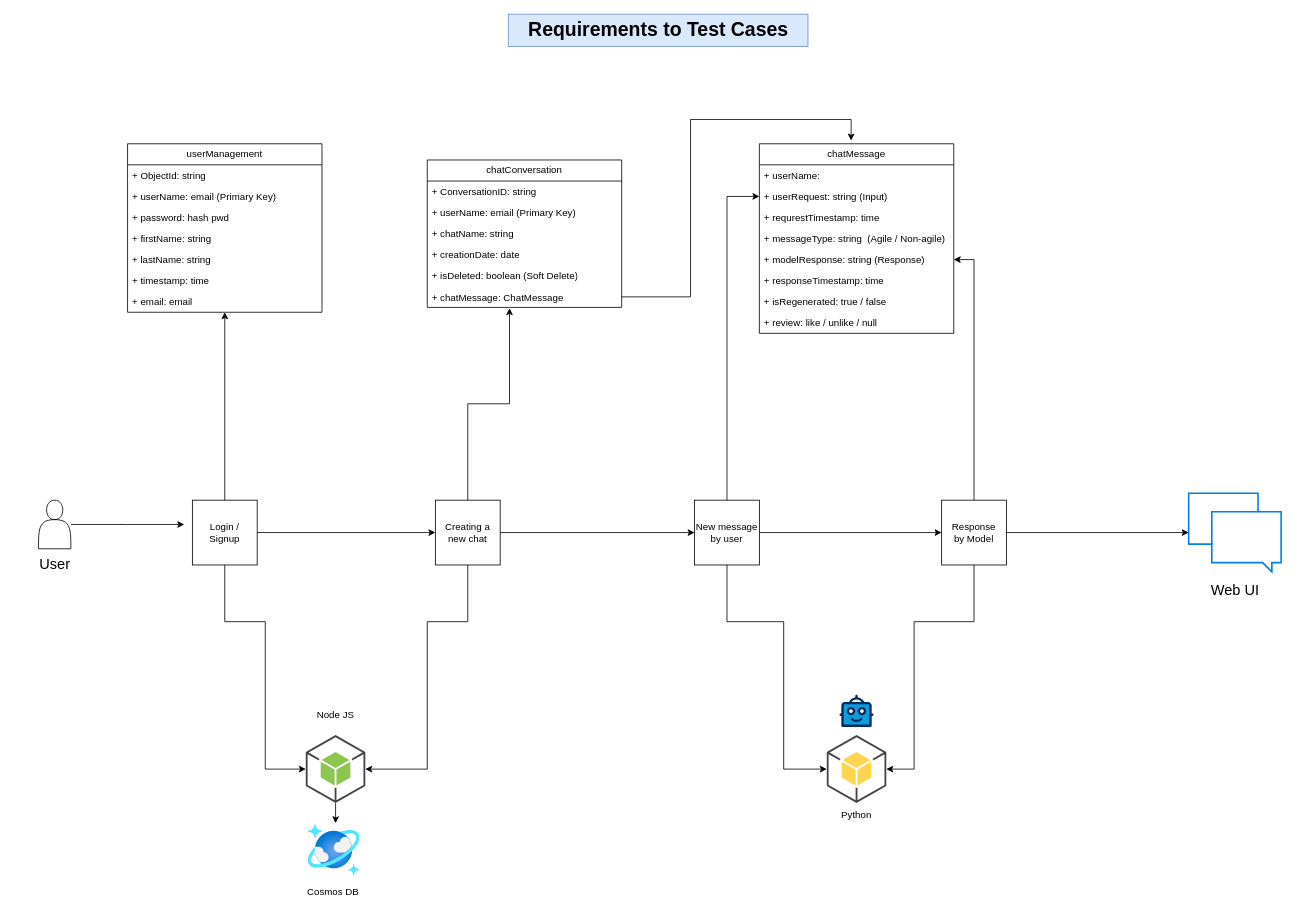
MaranRider/diagram keeps this draw.io diagram as page "Copy of Chat History" (2 of 2) of xbot.drawio. Above is the earlier version. Source tidied: cells renumbered, new cells numbered last; positions are measured from the earlier drawing's top-left corner, leaving out a move shared by most shapes. Both pictures are drawn from the tidied source at 81%, with x=0, y=0 at pixel (14, 14).
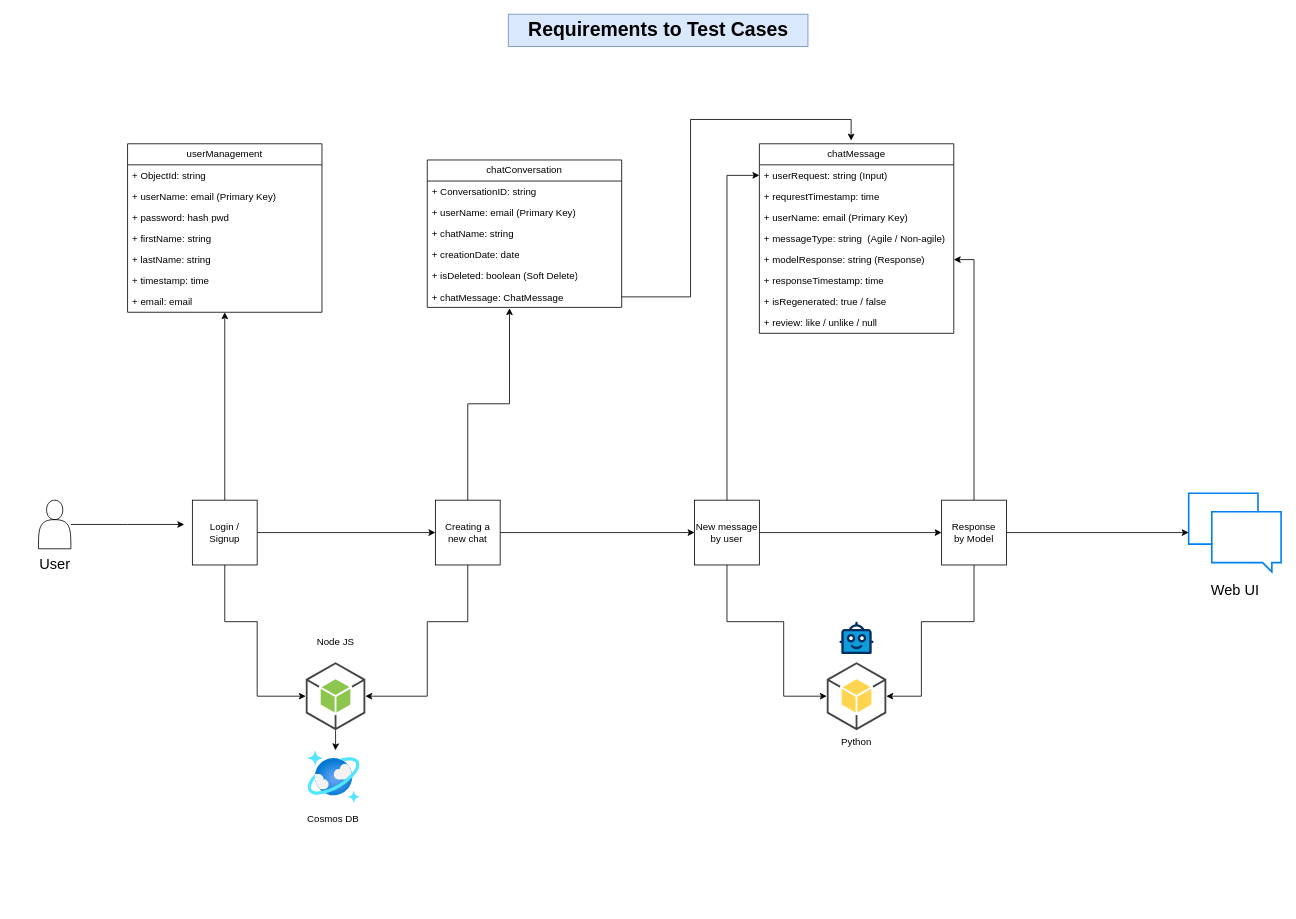
Above is the later version.

The change refers to these unchanged cells:
```xml
<mxCell id="24" value="Login / &lt;br&gt;Signup" style="whiteSpace=wrap;html=1;swimlaneLine=1;" parent="1" vertex="1">
  <mxGeometry x="220" y="600" width="80" height="80" as="geometry" />
</mxCell>
<mxCell id="27" value="Creating a new chat" style="whiteSpace=wrap;html=1;swimlaneLine=1;" parent="1" vertex="1">
  <mxGeometry x="520" y="600" width="80" height="80" as="geometry" />
</mxCell>
<mxCell id="29" value="New message&lt;br&gt;by user" style="whiteSpace=wrap;html=1;swimlaneLine=1;" parent="1" vertex="1">
  <mxGeometry x="840" y="600" width="80" height="80" as="geometry" />
</mxCell>
<mxCell id="33" value="Response&lt;br&gt;by Model" style="whiteSpace=wrap;html=1;swimlaneLine=1;" parent="1" vertex="1">
  <mxGeometry x="1145" y="600" width="80" height="80" as="geometry" />
</mxCell>
<mxCell id="37" value="chatMessage" style="swimlane;fontStyle=0;horizontal=1;startSize=26;fillColor=none;whiteSpace=wrap;html=1;swimlaneLine=1;" parent="1" vertex="1">
  <mxGeometry x="920" y="160" width="240" height="234" as="geometry" />
</mxCell>
```

Change to the diagram source:
```diff
@@
     <mxCell id="31" style="edgeStyle=orthogonalEdgeStyle;rounded=0;hachureGap=4;jettySize=auto;html=1;fontFamily=Architects Daughter;fontSize=16;entryX=1;entryY=0.5;entryDx=0;entryDy=0;entryPerimeter=0;" parent="1" edge="1" source="33" target="47">
       <mxGeometry relative="1" as="geometry">
         <Array as="points">
           <mxPoint x="1185" y="750" />
-          <mxPoint x="1111" y="750" />
-          <mxPoint x="1111" y="932" />
+          <mxPoint x="1120" y="750" />
+          <mxPoint x="1120" y="842" />
         </Array>
       </mxGeometry>
     </mxCell>
@@
     <mxCell id="36" style="verticalLabelPosition=bottom;html=1;shape=mxgraph.salesforce.bots;fillColor=#f5f5f5;strokeColor=#666666;fontColor=#333333;swimlaneLine=1;" parent="1" vertex="1">
-      <mxGeometry x="1018.9" y="840" width="42.1" height="40" as="geometry" />
+      <mxGeometry x="1018.9" y="750" width="42.1" height="40" as="geometry" />
     </mxCell>
@@
-    <mxCell id="38" value="+ userName:&amp;nbsp;" style="text;strokeColor=none;fillColor=none;align=left;verticalAlign=top;spacingLeft=4;spacingRight=4;overflow=hidden;whiteSpace=wrap;html=1;swimlaneLine=1;" parent="37" vertex="1">
-      <mxGeometry y="26" width="240" height="26" as="geometry" />
-    </mxCell>
     <mxCell id="39" value="+&amp;nbsp;userRequest&lt;span style=&quot;background-color: initial;&quot;&gt;: string (Input)&lt;/span&gt;" style="text;strokeColor=none;fillColor=none;align=left;verticalAlign=top;spacingLeft=4;spacingRight=4;overflow=hidden;points=[[0,0.5],[1,0.5]];portConstraint=eastwest;whiteSpace=wrap;html=1;swimlaneLine=1;" parent="37" vertex="1">
-      <mxGeometry y="52" width="240" height="26" as="geometry" />
+      <mxGeometry y="26" width="240" height="26" as="geometry" />
     </mxCell>
     <mxCell id="40" value="+&amp;nbsp;requrestTimestamp&lt;span style=&quot;background-color: initial;&quot;&gt;: time&lt;/span&gt;" style="text;strokeColor=none;fillColor=none;align=left;verticalAlign=top;spacingLeft=4;spacingRight=4;overflow=hidden;whiteSpace=wrap;html=1;swimlaneLine=1;" parent="37" vertex="1">
-      <mxGeometry y="78" width="240" height="26" as="geometry" />
+      <mxGeometry y="52" width="240" height="26" as="geometry" />
     </mxCell>
+    <mxCell id="38" value="+ userName: email&amp;nbsp;(Primary Key)" style="text;strokeColor=none;fillColor=none;align=left;verticalAlign=top;spacingLeft=4;spacingRight=4;overflow=hidden;whiteSpace=wrap;html=1;swimlaneLine=1;" parent="37" vertex="1">
+      <mxGeometry y="78" width="240" height="26" as="geometry" />
+    </mxCell>
@@
     <mxCell id="46" style="outlineConnect=0;dashed=0;verticalLabelPosition=bottom;verticalAlign=top;align=center;html=1;shape=mxgraph.aws3.android;fillColor=#8CC64F;gradientColor=none;" parent="1" vertex="1">
-      <mxGeometry x="360" y="890" width="73.5" height="84" as="geometry" />
+      <mxGeometry x="360" y="800" width="73.5" height="84" as="geometry" />
     </mxCell>
     <mxCell id="47" style="outlineConnect=0;dashed=0;verticalLabelPosition=bottom;verticalAlign=top;align=center;html=1;shape=mxgraph.aws3.android;fillColor=#FFD44F;gradientColor=none;" parent="1" vertex="1">
-      <mxGeometry x="1003.2" y="890" width="73.5" height="84" as="geometry" />
+      <mxGeometry x="1003.2" y="800" width="73.5" height="84" as="geometry" />
     </mxCell>
     <mxCell id="48" value="Node JS" style="text;html=1;strokeColor=none;fillColor=none;align=center;verticalAlign=middle;whiteSpace=wrap;rounded=0;" parent="1" vertex="1">
-      <mxGeometry x="366.8" y="850" width="60" height="30" as="geometry" />
+      <mxGeometry x="366.8" y="760" width="60" height="30" as="geometry" />
     </mxCell>
     <mxCell id="49" value="Python" style="text;html=1;strokeColor=none;fillColor=none;align=center;verticalAlign=middle;whiteSpace=wrap;rounded=0;" parent="1" vertex="1">
-      <mxGeometry x="1010" y="974" width="60" height="30" as="geometry" />
+      <mxGeometry x="1010" y="884" width="60" height="30" as="geometry" />
     </mxCell>
     <mxCell id="50" style="edgeStyle=orthogonalEdgeStyle;rounded=0;jettySize=auto;html=1;entryX=1;entryY=0.5;entryDx=0;entryDy=0;entryPerimeter=0;" parent="1" edge="1" source="27" target="46">
       <mxGeometry relative="1" as="geometry">
         <Array as="points">
           <mxPoint x="560" y="750" />
           <mxPoint x="510" y="750" />
-          <mxPoint x="510" y="932" />
+          <mxPoint x="510" y="842" />
         </Array>
       </mxGeometry>
     </mxCell>
     <mxCell id="51" style="edgeStyle=orthogonalEdgeStyle;rounded=0;jettySize=auto;html=1;entryX=0;entryY=0.5;entryDx=0;entryDy=0;entryPerimeter=0;" parent="1" edge="1" source="29" target="47">
       <mxGeometry relative="1" as="geometry">
         <Array as="points">
           <mxPoint x="880" y="750" />
           <mxPoint x="950" y="750" />
-          <mxPoint x="950" y="932" />
+          <mxPoint x="950" y="842" />
         </Array>
       </mxGeometry>
     </mxCell>
     <mxCell id="52" style="edgeStyle=orthogonalEdgeStyle;rounded=0;jettySize=auto;html=1;entryX=0;entryY=0.5;entryDx=0;entryDy=0;entryPerimeter=0;" parent="1" edge="1" source="24" target="46">
       <mxGeometry relative="1" as="geometry">
         <Array as="points">
           <mxPoint x="260" y="750" />
-          <mxPoint x="310" y="750" />
-          <mxPoint x="310" y="932" />
+          <mxPoint x="300" y="750" />
+          <mxPoint x="300" y="842" />
         </Array>
       </mxGeometry>
     </mxCell>
@@
     <mxCell id="54" style="image;html=1;points=[];align=center;fontSize=12;image=img/lib/azure2/databases/Azure_Cosmos_DB.svg;" parent="1" vertex="1">
-      <mxGeometry x="362.8" y="1000" width="64" height="64" as="geometry" />
+      <mxGeometry x="362.8" y="910" width="64" height="64" as="geometry" />
     </mxCell>
     <mxCell id="55" value="Cosmos DB" style="text;html=1;strokeColor=none;fillColor=none;align=center;verticalAlign=middle;whiteSpace=wrap;rounded=0;" parent="1" vertex="1">
-      <mxGeometry x="353.5" y="1069" width="80" height="30" as="geometry" />
+      <mxGeometry x="353.5" y="979" width="80" height="30" as="geometry" />
     </mxCell>
```
